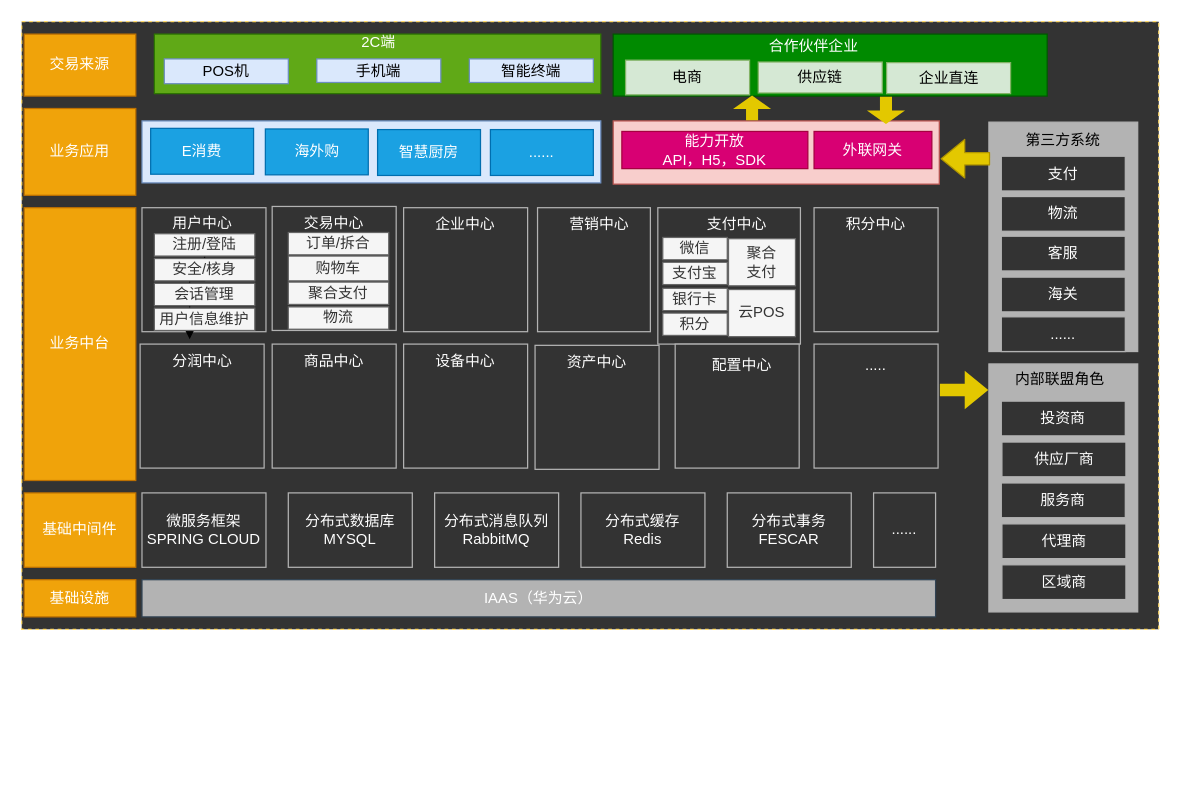
This is page "business-c" (4 of 5) of cgc/cgc-framework.drawio from kinvensan/drawio, a draw.io file, before an edit. Source tidied: cells renumbered, new cells numbered last; positions are measured from the earlier drawing's top-left corner, leaving out a move shared by most shapes. Both pictures are drawn from the tidied source at 124%, with x=0, y=0 at pixel (21, 21).
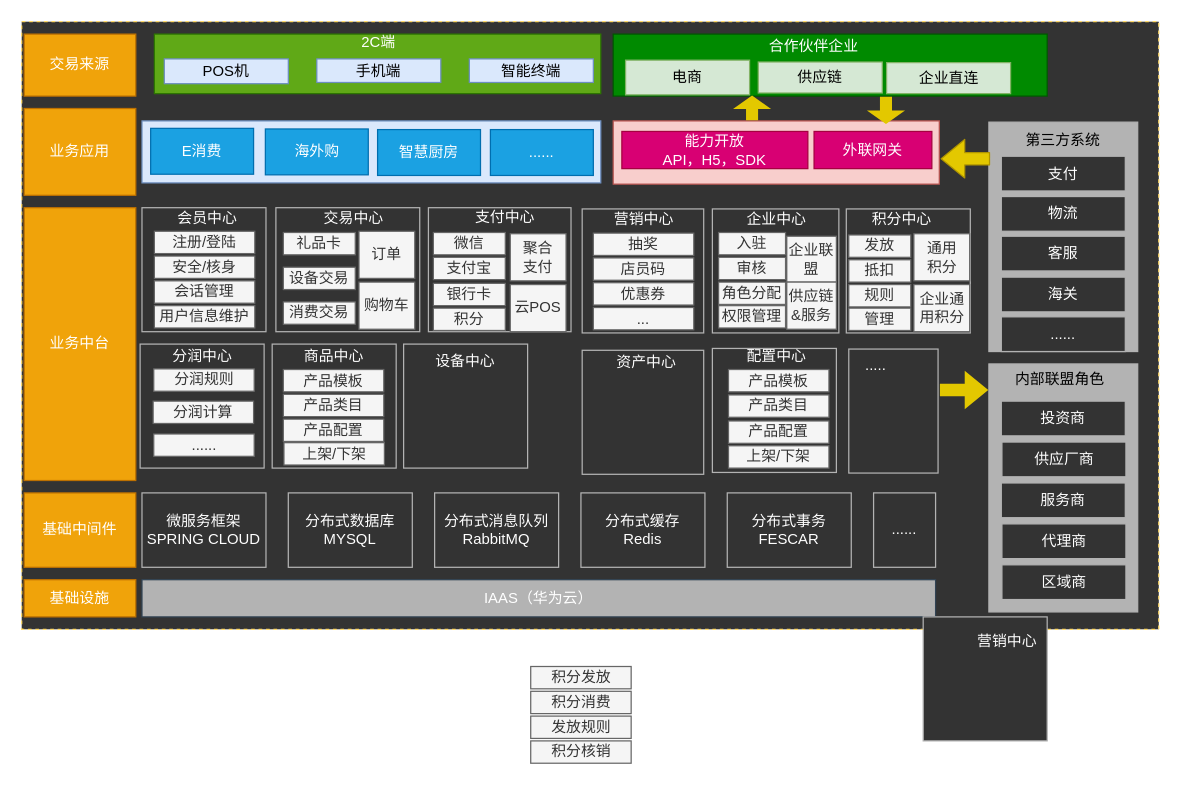
Above is the later version.

Diff of the diagram source:
```diff
@@
-    <mxCell id="44" value="用户中心" style="text;html=1;strokeColor=none;fillColor=none;align=center;verticalAlign=middle;whiteSpace=wrap;rounded=0;fontColor=#FFFFFF;" parent="1" vertex="1">
-      <mxGeometry x="120.5" y="153" width="50" height="20" as="geometry" />
+    <mxCell id="44" value="会员中心" style="text;html=1;strokeColor=none;fillColor=none;align=center;verticalAlign=middle;whiteSpace=wrap;rounded=0;fontColor=#FFFFFF;" parent="1" vertex="1">
+      <mxGeometry x="124.5" y="149" width="50" height="20" as="geometry" />
     </mxCell>
     <mxCell id="45" style="rounded=0;whiteSpace=wrap;html=1;fillColor=#333333;strokeColor=#B3B3B3;fontColor=#ffffff;" parent="1" vertex="1">
-      <mxGeometry x="202" y="149" width="100" height="100" as="geometry" />
+      <mxGeometry x="205" y="150" width="116" height="100" as="geometry" />
     </mxCell>
     <mxCell id="46" value="交易中心" style="text;html=1;strokeColor=none;fillColor=none;align=center;verticalAlign=middle;whiteSpace=wrap;rounded=0;fontColor=#FFFFFF;" parent="1" vertex="1">
-      <mxGeometry x="222" y="153" width="60" height="20" as="geometry" />
+      <mxGeometry x="238" y="149" width="60" height="20" as="geometry" />
     </mxCell>
     <mxCell id="47" style="rounded=0;whiteSpace=wrap;html=1;fillColor=#333333;strokeColor=#B3B3B3;fontColor=#ffffff;" parent="1" vertex="1">
-      <mxGeometry x="308" y="150" width="100" height="100" as="geometry" />
+      <mxGeometry x="557" y="151" width="102" height="100" as="geometry" />
     </mxCell>
     <mxCell id="48" value="企业中心" style="text;html=1;strokeColor=none;fillColor=none;align=center;verticalAlign=middle;whiteSpace=wrap;rounded=0;fontColor=#FFFFFF;" parent="1" vertex="1">
-      <mxGeometry x="328" y="154" width="60" height="20" as="geometry" />
+      <mxGeometry x="578.5" y="149.5" width="60" height="20" as="geometry" />
     </mxCell>
     <mxCell id="49" style="rounded=0;whiteSpace=wrap;html=1;fillColor=#333333;strokeColor=#B3B3B3;fontColor=#ffffff;" parent="1" vertex="1">
-      <mxGeometry x="416" y="150" width="91" height="100" as="geometry" />
+      <mxGeometry x="452" y="151" width="98" height="100" as="geometry" />
     </mxCell>
     <mxCell id="50" value="营销中心" style="text;html=1;strokeColor=none;fillColor=none;align=center;verticalAlign=middle;whiteSpace=wrap;rounded=0;fontColor=#FFFFFF;" parent="1" vertex="1">
-      <mxGeometry x="436" y="154" width="60" height="20" as="geometry" />
+      <mxGeometry x="472" y="149.5" width="60" height="20" as="geometry" />
     </mxCell>
     <mxCell id="51" style="rounded=0;whiteSpace=wrap;html=1;fillColor=#333333;strokeColor=#B3B3B3;fontColor=#ffffff;" parent="1" vertex="1">
-      <mxGeometry x="513" y="150" width="115" height="110" as="geometry" />
+      <mxGeometry x="328" y="150" width="115" height="100" as="geometry" />
     </mxCell>
     <mxCell id="52" value="支付中心" style="text;html=1;strokeColor=none;fillColor=none;align=center;verticalAlign=middle;whiteSpace=wrap;rounded=0;fontColor=#FFFFFF;" parent="1" vertex="1">
-      <mxGeometry x="547" y="154" width="60" height="20" as="geometry" />
+      <mxGeometry x="360" y="148" width="60" height="20" as="geometry" />
     </mxCell>
     <mxCell id="53" style="rounded=0;whiteSpace=wrap;html=1;fillColor=#333333;strokeColor=#B3B3B3;fontColor=#ffffff;" parent="1" vertex="1">
-      <mxGeometry x="639" y="150" width="100" height="100" as="geometry" />
+      <mxGeometry x="727" y="480" width="100" height="100" as="geometry" />
     </mxCell>
-    <mxCell id="54" value="积分中心" style="text;html=1;strokeColor=none;fillColor=none;align=center;verticalAlign=middle;whiteSpace=wrap;rounded=0;fontColor=#FFFFFF;" parent="1" vertex="1">
-      <mxGeometry x="659" y="154" width="60" height="20" as="geometry" />
+    <mxCell id="54" value="营销中心" style="text;html=1;strokeColor=none;fillColor=none;align=center;verticalAlign=middle;whiteSpace=wrap;rounded=0;fontColor=#FFFFFF;" parent="1" vertex="1">
+      <mxGeometry x="765" y="490" width="60" height="20" as="geometry" />
     </mxCell>
@@
     <mxCell id="56" value="分润中心" style="text;html=1;strokeColor=none;fillColor=none;align=center;verticalAlign=middle;whiteSpace=wrap;rounded=0;fontColor=#FFFFFF;" parent="1" vertex="1">
-      <mxGeometry x="115.5" y="264" width="60" height="20" as="geometry" />
+      <mxGeometry x="115.5" y="260" width="60" height="20" as="geometry" />
     </mxCell>
@@
     <mxCell id="58" value="商品中心" style="text;html=1;strokeColor=none;fillColor=none;align=center;verticalAlign=middle;whiteSpace=wrap;rounded=0;fontColor=#FFFFFF;" parent="1" vertex="1">
-      <mxGeometry x="222" y="264" width="60" height="20" as="geometry" />
+      <mxGeometry x="222" y="260" width="60" height="20" as="geometry" />
     </mxCell>
@@
     <mxCell id="61" style="rounded=0;whiteSpace=wrap;html=1;fillColor=#333333;strokeColor=#B3B3B3;fontColor=#ffffff;" parent="1" vertex="1">
-      <mxGeometry x="414" y="261" width="100" height="100" as="geometry" />
+      <mxGeometry x="452" y="265" width="98" height="100" as="geometry" />
     </mxCell>
     <mxCell id="62" value="资产中心" style="text;html=1;strokeColor=none;fillColor=none;align=center;verticalAlign=middle;whiteSpace=wrap;rounded=0;fontColor=#FFFFFF;" parent="1" vertex="1">
-      <mxGeometry x="434" y="265" width="60" height="20" as="geometry" />
+      <mxGeometry x="474" y="265" width="60" height="20" as="geometry" />
     </mxCell>
     <mxCell id="63" style="rounded=0;whiteSpace=wrap;html=1;fillColor=#333333;strokeColor=#B3B3B3;fontColor=#ffffff;" parent="1" vertex="1">
-      <mxGeometry x="527" y="260" width="100" height="100" as="geometry" />
+      <mxGeometry x="557" y="263.5" width="100" height="100" as="geometry" />
     </mxCell>
     <mxCell id="64" value="配置中心" style="text;html=1;strokeColor=none;fillColor=none;align=center;verticalAlign=middle;whiteSpace=wrap;rounded=0;fontColor=#FFFFFF;" parent="1" vertex="1">
-      <mxGeometry x="551" y="267" width="60" height="20" as="geometry" />
+      <mxGeometry x="578.5" y="260" width="60" height="20" as="geometry" />
     </mxCell>
     <mxCell id="65" style="rounded=0;whiteSpace=wrap;html=1;fillColor=#333333;strokeColor=#B3B3B3;fontColor=#ffffff;" parent="1" vertex="1">
-      <mxGeometry x="639" y="260" width="100" height="100" as="geometry" />
+      <mxGeometry x="667" y="264" width="72" height="100" as="geometry" />
     </mxCell>
@@
-    <mxCell id="75" style="edgeStyle=orthogonalEdgeStyle;rounded=0;jettySize=auto;html=1;exitX=0.5;exitY=1;exitDx=0;exitDy=0;entryX=0.351;entryY=-1.5;entryDx=0;entryDy=0;entryPerimeter=0;fontColor=#FFFFFF;" parent="1" edge="1" source="76" target="78">
-      <mxGeometry relative="1" as="geometry" />
-    </mxCell>
     <mxCell id="76" value="注册/登陆" style="rounded=0;whiteSpace=wrap;html=1;strokeColor=#666666;fillColor=#f5f5f5;fontColor=#333333;flipV=1;" parent="1" vertex="1">
-      <mxGeometry x="107" y="171" width="81" height="18" as="geometry" />
+      <mxGeometry x="107" y="169" width="81" height="18" as="geometry" />
     </mxCell>
     <mxCell id="77" value="安全/核身" style="rounded=0;whiteSpace=wrap;html=1;strokeColor=#666666;fillColor=#f5f5f5;fontColor=#333333;flipV=1;" parent="1" vertex="1">
-      <mxGeometry x="107" y="191" width="81" height="18" as="geometry" />
+      <mxGeometry x="107" y="189" width="81" height="18" as="geometry" />
     </mxCell>
     <mxCell id="78" value="会话管理" style="rounded=0;whiteSpace=wrap;html=1;strokeColor=#666666;fillColor=#f5f5f5;fontColor=#333333;flipV=1;" parent="1" vertex="1">
-      <mxGeometry x="107" y="211" width="81" height="18" as="geometry" />
+      <mxGeometry x="107" y="209" width="81" height="18" as="geometry" />
     </mxCell>
     <mxCell id="79" value="用户信息维护" style="rounded=0;whiteSpace=wrap;html=1;strokeColor=#666666;fillColor=#f5f5f5;fontColor=#333333;flipV=1;" parent="1" vertex="1">
-      <mxGeometry x="107" y="231" width="81" height="18" as="geometry" />
+      <mxGeometry x="107" y="229" width="81" height="18" as="geometry" />
     </mxCell>
-    <mxCell id="80" value="订单/拆合" style="rounded=0;whiteSpace=wrap;html=1;strokeColor=#666666;fillColor=#f5f5f5;fontColor=#333333;" parent="1" vertex="1">
-      <mxGeometry x="215" y="170" width="81" height="18" as="geometry" />
+    <mxCell id="80" value="礼品卡" style="rounded=0;whiteSpace=wrap;html=1;strokeColor=#666666;fillColor=#f5f5f5;fontColor=#333333;" parent="1" vertex="1">
+      <mxGeometry x="211" y="170" width="58" height="18" as="geometry" />
     </mxCell>
     <mxCell id="81" value="购物车" style="rounded=0;whiteSpace=wrap;html=1;strokeColor=#666666;fillColor=#f5f5f5;fontColor=#333333;" parent="1" vertex="1">
-      <mxGeometry x="215" y="189" width="81" height="20" as="geometry" />
+      <mxGeometry x="272" y="210" width="45" height="38" as="geometry" />
     </mxCell>
-    <mxCell id="82" value="聚合支付" style="rounded=0;whiteSpace=wrap;html=1;strokeColor=#666666;fillColor=#f5f5f5;fontColor=#333333;" parent="1" vertex="1">
-      <mxGeometry x="215" y="210" width="81" height="18" as="geometry" />
+    <mxCell id="82" value="设备交易" style="rounded=0;whiteSpace=wrap;html=1;strokeColor=#666666;fillColor=#f5f5f5;fontColor=#333333;" parent="1" vertex="1">
+      <mxGeometry x="211" y="198" width="58" height="18" as="geometry" />
     </mxCell>
-    <mxCell id="83" value="物流" style="rounded=0;whiteSpace=wrap;html=1;strokeColor=#666666;fillColor=#f5f5f5;fontColor=#333333;" parent="1" vertex="1">
-      <mxGeometry x="215" y="230" width="81" height="18" as="geometry" />
+    <mxCell id="83" value="消费交易" style="rounded=0;whiteSpace=wrap;html=1;strokeColor=#666666;fillColor=#f5f5f5;fontColor=#333333;" parent="1" vertex="1">
+      <mxGeometry x="211" y="226" width="58" height="18" as="geometry" />
     </mxCell>
     <mxCell id="84" value="聚合&lt;br&gt;支付" style="rounded=0;whiteSpace=wrap;html=1;strokeColor=#666666;fillColor=#f5f5f5;fontColor=#333333;" parent="1" vertex="1">
-      <mxGeometry x="570" y="175" width="54" height="38" as="geometry" />
+      <mxGeometry x="394" y="171" width="45" height="38" as="geometry" />
     </mxCell>
     <mxCell id="85" value="云POS" style="rounded=0;whiteSpace=wrap;html=1;strokeColor=#666666;fillColor=#f5f5f5;fontColor=#333333;" parent="1" vertex="1">
-      <mxGeometry x="570" y="216" width="54" height="38" as="geometry" />
+      <mxGeometry x="394" y="212" width="45" height="38" as="geometry" />
     </mxCell>
     <mxCell id="86" value="微信" style="rounded=0;whiteSpace=wrap;html=1;strokeColor=#666666;fillColor=#f5f5f5;fontColor=#333333;" parent="1" vertex="1">
-      <mxGeometry x="517" y="174" width="52" height="18" as="geometry" />
+      <mxGeometry x="332" y="170" width="58" height="18" as="geometry" />
     </mxCell>
     <mxCell id="87" value="支付宝" style="rounded=0;whiteSpace=wrap;html=1;strokeColor=#666666;fillColor=#f5f5f5;fontColor=#333333;" parent="1" vertex="1">
-      <mxGeometry x="517" y="194" width="52" height="18" as="geometry" />
+      <mxGeometry x="332" y="190" width="58" height="18" as="geometry" />
     </mxCell>
     <mxCell id="88" value="积分" style="rounded=0;whiteSpace=wrap;html=1;strokeColor=#666666;fillColor=#f5f5f5;fontColor=#333333;" parent="1" vertex="1">
-      <mxGeometry x="517" y="235" width="52" height="18" as="geometry" />
+      <mxGeometry x="332" y="231" width="58" height="18" as="geometry" />
     </mxCell>
     <mxCell id="89" value="银行卡" style="rounded=0;whiteSpace=wrap;html=1;strokeColor=#666666;fillColor=#f5f5f5;fontColor=#333333;" parent="1" vertex="1">
-      <mxGeometry x="517" y="215" width="52" height="18" as="geometry" />
+      <mxGeometry x="332" y="211" width="58" height="18" as="geometry" />
     </mxCell>
+    <mxCell id="90" value="订单" style="rounded=0;whiteSpace=wrap;html=1;strokeColor=#666666;fillColor=#f5f5f5;fontColor=#333333;" parent="1" vertex="1">
+      <mxGeometry x="272" y="169" width="45" height="38" as="geometry" />
+    </mxCell>
+    <mxCell id="91" value="抽奖" style="rounded=0;whiteSpace=wrap;html=1;strokeColor=#666666;fillColor=#f5f5f5;fontColor=#333333;flipV=1;" parent="1" vertex="1">
+      <mxGeometry x="461" y="170.5" width="81" height="18" as="geometry" />
+    </mxCell>
+    <mxCell id="92" value="店员码" style="rounded=0;whiteSpace=wrap;html=1;strokeColor=#666666;fillColor=#f5f5f5;fontColor=#333333;flipV=1;" parent="1" vertex="1">
+      <mxGeometry x="461" y="190.5" width="81" height="18" as="geometry" />
+    </mxCell>
+    <mxCell id="93" value="优惠券" style="rounded=0;whiteSpace=wrap;html=1;strokeColor=#666666;fillColor=#f5f5f5;fontColor=#333333;flipV=1;" parent="1" vertex="1">
+      <mxGeometry x="461" y="210.5" width="81" height="18" as="geometry" />
+    </mxCell>
+    <mxCell id="94" value="..." style="rounded=0;whiteSpace=wrap;html=1;strokeColor=#666666;fillColor=#f5f5f5;fontColor=#333333;flipV=1;" parent="1" vertex="1">
+      <mxGeometry x="461" y="230.5" width="81" height="18" as="geometry" />
+    </mxCell>
+    <mxCell id="95" value="企业联盟" style="rounded=0;whiteSpace=wrap;html=1;strokeColor=#666666;fillColor=#f5f5f5;fontColor=#333333;flipV=1;" parent="1" vertex="1">
+      <mxGeometry x="617" y="173" width="40" height="37" as="geometry" />
+    </mxCell>
+    <mxCell id="96" value="产品模板" style="rounded=0;whiteSpace=wrap;html=1;strokeColor=#666666;fillColor=#f5f5f5;fontColor=#333333;flipV=1;" parent="1" vertex="1">
+      <mxGeometry x="211" y="280.5" width="81" height="18" as="geometry" />
+    </mxCell>
+    <mxCell id="97" value="产品类目" style="rounded=0;whiteSpace=wrap;html=1;strokeColor=#666666;fillColor=#f5f5f5;fontColor=#333333;flipV=1;" parent="1" vertex="1">
+      <mxGeometry x="211" y="300.5" width="81" height="18" as="geometry" />
+    </mxCell>
+    <mxCell id="98" value="产品配置" style="rounded=0;whiteSpace=wrap;html=1;strokeColor=#666666;fillColor=#f5f5f5;fontColor=#333333;flipV=1;" parent="1" vertex="1">
+      <mxGeometry x="211" y="320.5" width="81" height="18" as="geometry" />
+    </mxCell>
+    <mxCell id="99" value="上架/下架" style="rounded=0;whiteSpace=wrap;html=1;strokeColor=#666666;fillColor=#f5f5f5;fontColor=#333333;flipV=1;" parent="1" vertex="1">
+      <mxGeometry x="211.5" y="339.5" width="81" height="18" as="geometry" />
+    </mxCell>
+    <mxCell id="100" style="rounded=0;whiteSpace=wrap;html=1;fillColor=#333333;strokeColor=#B3B3B3;fontColor=#ffffff;" parent="1" vertex="1">
+      <mxGeometry x="665" y="151" width="100" height="100" as="geometry" />
+    </mxCell>
+    <mxCell id="101" value="积分中心" style="text;html=1;strokeColor=none;fillColor=none;align=center;verticalAlign=middle;whiteSpace=wrap;rounded=0;fontColor=#FFFFFF;" parent="1" vertex="1">
+      <mxGeometry x="679.5" y="149.5" width="60" height="20" as="geometry" />
+    </mxCell>
+    <mxCell id="102" value="积分发放" style="rounded=0;whiteSpace=wrap;html=1;strokeColor=#666666;fillColor=#f5f5f5;fontColor=#333333;flipV=1;" parent="1" vertex="1">
+      <mxGeometry x="410.5" y="520" width="81" height="18" as="geometry" />
+    </mxCell>
+    <mxCell id="103" value="积分消费" style="rounded=0;whiteSpace=wrap;html=1;strokeColor=#666666;fillColor=#f5f5f5;fontColor=#333333;flipV=1;" parent="1" vertex="1">
+      <mxGeometry x="410.5" y="540" width="81" height="18" as="geometry" />
+    </mxCell>
+    <mxCell id="104" value="发放规则" style="rounded=0;whiteSpace=wrap;html=1;strokeColor=#666666;fillColor=#f5f5f5;fontColor=#333333;flipV=1;" parent="1" vertex="1">
+      <mxGeometry x="410.5" y="560" width="81" height="18" as="geometry" />
+    </mxCell>
+    <mxCell id="105" value="积分核销" style="rounded=0;whiteSpace=wrap;html=1;strokeColor=#666666;fillColor=#f5f5f5;fontColor=#333333;flipV=1;" parent="1" vertex="1">
+      <mxGeometry x="410.5" y="580" width="81" height="18" as="geometry" />
+    </mxCell>
+    <mxCell id="106" value="发放" style="rounded=0;whiteSpace=wrap;html=1;strokeColor=#666666;fillColor=#f5f5f5;fontColor=#333333;" parent="1" vertex="1">
+      <mxGeometry x="667" y="172" width="50" height="18" as="geometry" />
+    </mxCell>
+    <mxCell id="107" value="企业通用积分" style="rounded=0;whiteSpace=wrap;html=1;strokeColor=#666666;fillColor=#f5f5f5;fontColor=#333333;" parent="1" vertex="1">
+      <mxGeometry x="719.5" y="212" width="45" height="38" as="geometry" />
+    </mxCell>
+    <mxCell id="108" value="抵扣" style="rounded=0;whiteSpace=wrap;html=1;strokeColor=#666666;fillColor=#f5f5f5;fontColor=#333333;" parent="1" vertex="1">
+      <mxGeometry x="667" y="192" width="50" height="18" as="geometry" />
+    </mxCell>
+    <mxCell id="109" value="规则" style="rounded=0;whiteSpace=wrap;html=1;strokeColor=#666666;fillColor=#f5f5f5;fontColor=#333333;" parent="1" vertex="1">
+      <mxGeometry x="667" y="212" width="50" height="18" as="geometry" />
+    </mxCell>
+    <mxCell id="110" value="通用&lt;br&gt;积分" style="rounded=0;whiteSpace=wrap;html=1;strokeColor=#666666;fillColor=#f5f5f5;fontColor=#333333;" parent="1" vertex="1">
+      <mxGeometry x="719.5" y="171" width="45" height="38" as="geometry" />
+    </mxCell>
+    <mxCell id="111" value="管理" style="rounded=0;whiteSpace=wrap;html=1;strokeColor=#666666;fillColor=#f5f5f5;fontColor=#333333;" parent="1" vertex="1">
+      <mxGeometry x="667" y="231" width="50" height="18" as="geometry" />
+    </mxCell>
+    <mxCell id="112" value="供应链&amp;amp;服务" style="rounded=0;whiteSpace=wrap;html=1;strokeColor=#666666;fillColor=#f5f5f5;fontColor=#333333;flipV=1;" parent="1" vertex="1">
+      <mxGeometry x="617" y="210" width="40" height="38" as="geometry" />
+    </mxCell>
+    <mxCell id="113" value="入驻" style="rounded=0;whiteSpace=wrap;html=1;strokeColor=#666666;fillColor=#f5f5f5;fontColor=#333333;" parent="1" vertex="1">
+      <mxGeometry x="562" y="170" width="54" height="18" as="geometry" />
+    </mxCell>
+    <mxCell id="114" value="审核" style="rounded=0;whiteSpace=wrap;html=1;strokeColor=#666666;fillColor=#f5f5f5;fontColor=#333333;" parent="1" vertex="1">
+      <mxGeometry x="562" y="190" width="54" height="18" as="geometry" />
+    </mxCell>
+    <mxCell id="115" value="角色分配" style="rounded=0;whiteSpace=wrap;html=1;strokeColor=#666666;fillColor=#f5f5f5;fontColor=#333333;" parent="1" vertex="1">
+      <mxGeometry x="562" y="210" width="54" height="18" as="geometry" />
+    </mxCell>
+    <mxCell id="116" value="权限管理" style="rounded=0;whiteSpace=wrap;html=1;strokeColor=#666666;fillColor=#f5f5f5;fontColor=#333333;" parent="1" vertex="1">
+      <mxGeometry x="562" y="229" width="54" height="18" as="geometry" />
+    </mxCell>
+    <mxCell id="117" value="分润规则" style="rounded=0;whiteSpace=wrap;html=1;strokeColor=#666666;fillColor=#f5f5f5;fontColor=#333333;flipV=1;" parent="1" vertex="1">
+      <mxGeometry x="106.5" y="280" width="81" height="18" as="geometry" />
+    </mxCell>
+    <mxCell id="118" value="分润计算" style="rounded=0;whiteSpace=wrap;html=1;strokeColor=#666666;fillColor=#f5f5f5;fontColor=#333333;flipV=1;" parent="1" vertex="1">
+      <mxGeometry x="106" y="306" width="81" height="18" as="geometry" />
+    </mxCell>
+    <mxCell id="119" value="......" style="rounded=0;whiteSpace=wrap;html=1;strokeColor=#666666;fillColor=#f5f5f5;fontColor=#333333;flipV=1;" parent="1" vertex="1">
+      <mxGeometry x="106.5" y="332.5" width="81" height="18" as="geometry" />
+    </mxCell>
+    <mxCell id="120" value="产品模板" style="rounded=0;whiteSpace=wrap;html=1;strokeColor=#666666;fillColor=#f5f5f5;fontColor=#333333;flipV=1;" parent="1" vertex="1">
+      <mxGeometry x="570" y="280.5" width="81" height="18" as="geometry" />
+    </mxCell>
+    <mxCell id="121" value="产品类目" style="rounded=0;whiteSpace=wrap;html=1;strokeColor=#666666;fillColor=#f5f5f5;fontColor=#333333;flipV=1;" parent="1" vertex="1">
+      <mxGeometry x="570" y="301" width="81" height="18" as="geometry" />
+    </mxCell>
+    <mxCell id="122" value="产品配置" style="rounded=0;whiteSpace=wrap;html=1;strokeColor=#666666;fillColor=#f5f5f5;fontColor=#333333;flipV=1;" parent="1" vertex="1">
+      <mxGeometry x="570" y="322" width="81" height="18" as="geometry" />
+    </mxCell>
+    <mxCell id="123" value="上架/下架" style="rounded=0;whiteSpace=wrap;html=1;strokeColor=#666666;fillColor=#f5f5f5;fontColor=#333333;flipV=1;" parent="1" vertex="1">
+      <mxGeometry x="570" y="342" width="81" height="18" as="geometry" />
+    </mxCell>
```
